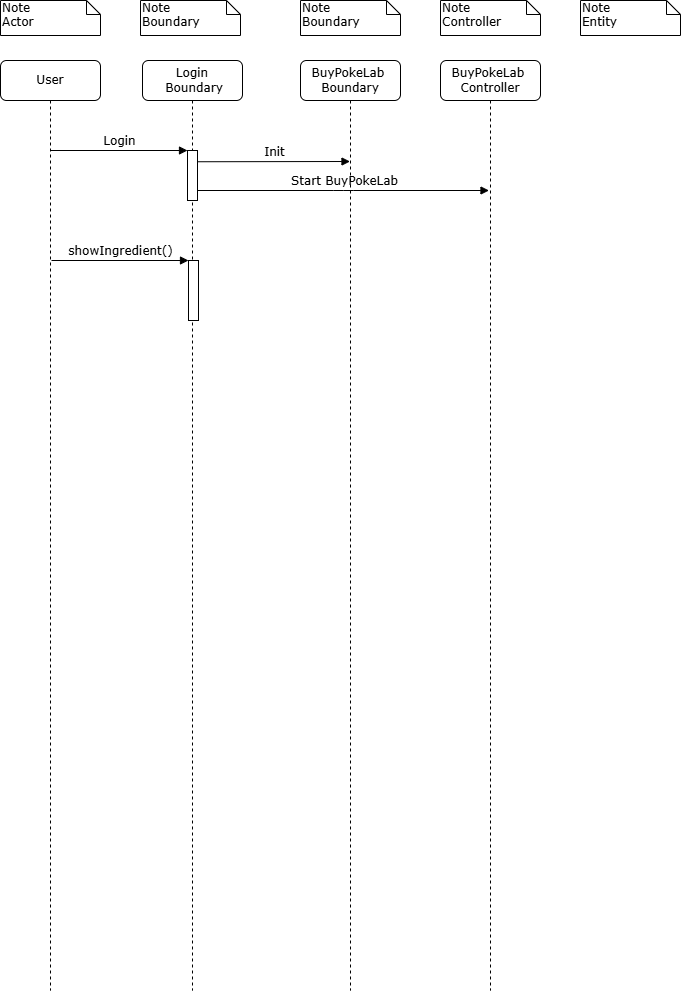
Before: diagrams/SequenceDiagram.drawio.png, a diagram exported from draw.io (matteopinfildi/YourPoke-ISPWProject). Source tidied: cells renumbered, new cells last; positions are measured from the earlier drawing's top-left corner, leaving out a move shared by most shapes.
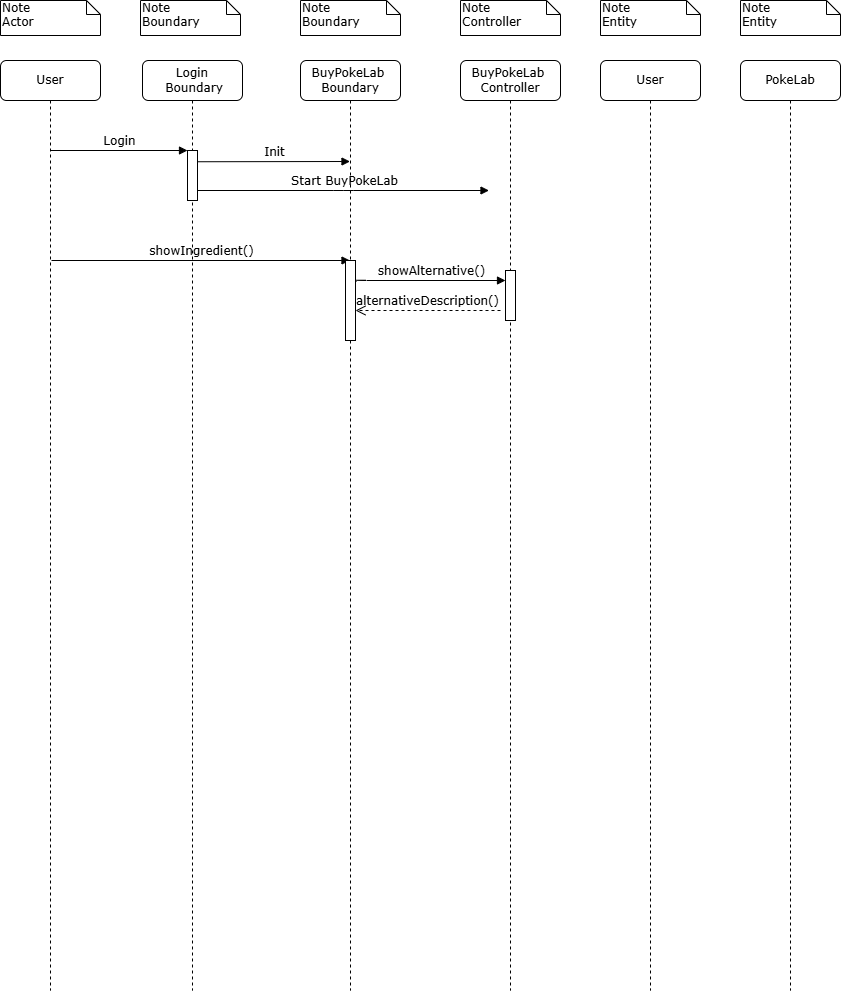
After the change.

What changed in the source:
```diff
@@ -12,18 +12,17 @@
       <mxGeometry x="300" width="100" height="35" as="geometry" />
     </mxCell>
     <mxCell id="5" value="Note&lt;div&gt;Controller&lt;/div&gt;" style="shape=note;whiteSpace=wrap;html=1;size=14;verticalAlign=top;align=left;spacingTop=-6;rounded=0;shadow=0;comic=0;labelBackgroundColor=none;strokeWidth=1;fontFamily=Verdana;fontSize=12;" parent="1" vertex="1">
-      <mxGeometry x="440" width="100" height="35" as="geometry" />
+      <mxGeometry x="460" width="100" height="35" as="geometry" />
     </mxCell>
     <mxCell id="6" value="Note&lt;div&gt;Entity&lt;/div&gt;" style="shape=note;whiteSpace=wrap;html=1;size=14;verticalAlign=top;align=left;spacingTop=-6;rounded=0;shadow=0;comic=0;labelBackgroundColor=none;strokeWidth=1;fontFamily=Verdana;fontSize=12;" parent="1" vertex="1">
-      <mxGeometry x="580" width="100" height="35" as="geometry" />
+      <mxGeometry x="600" width="100" height="35" as="geometry" />
     </mxCell>
     <mxCell id="7" value="User" style="shape=umlLifeline;perimeter=lifelinePerimeter;whiteSpace=wrap;html=1;rounded=1;shadow=0;comic=0;labelBackgroundColor=none;strokeWidth=1;fontFamily=Verdana;fontSize=12;align=center;" parent="1" vertex="1">
       <mxGeometry y="60" width="100" height="930" as="geometry" />
     </mxCell>
-    <mxCell id="8" value="showIngredient()" style="html=1;verticalAlign=bottom;endArrow=block;entryX=0;entryY=0;labelBackgroundColor=none;fontFamily=Verdana;fontSize=12;edgeStyle=elbowEdgeStyle;elbow=vertical;" parent="7" edge="1">
+    <mxCell id="8" value="showIngredient()" style="html=1;verticalAlign=bottom;endArrow=block;labelBackgroundColor=none;fontFamily=Verdana;fontSize=12;edgeStyle=elbowEdgeStyle;elbow=vertical;" parent="7" edge="1" target="13">
       <mxGeometry x="0.01" relative="1" as="geometry">
         <mxPoint x="51" y="200" as="sourcePoint" />
-        <mxPoint x="188" y="200" as="targetPoint" />
       </mxGeometry>
     </mxCell>
     <mxCell id="9" value="Login&lt;div&gt;&amp;nbsp;Boundary&lt;/div&gt;" style="shape=umlLifeline;perimeter=lifelinePerimeter;whiteSpace=wrap;html=1;rounded=1;shadow=0;comic=0;labelBackgroundColor=none;strokeWidth=1;fontFamily=Verdana;fontSize=12;align=center;" parent="1" vertex="1">
@@ -37,23 +36,53 @@
         <mxPoint x="-92" y="90" as="sourcePoint" />
       </mxGeometry>
     </mxCell>
+    <mxCell id="13" value="BuyPokeLab&amp;nbsp;&lt;div&gt;Boundary&lt;/div&gt;" style="shape=umlLifeline;perimeter=lifelinePerimeter;whiteSpace=wrap;html=1;outlineConnect=0;rounded=1;shadow=0;comic=0;labelBackgroundColor=none;strokeWidth=1;fontFamily=Verdana;fontSize=12;align=center;" parent="1" vertex="1">
+      <mxGeometry x="300" y="60" width="100" height="930" as="geometry" />
+    </mxCell>
-    <mxCell id="12" style="html=1;points=[];perimeter=orthogonalPerimeter;rounded=0;shadow=0;comic=0;labelBackgroundColor=none;strokeWidth=1;fontFamily=Verdana;fontSize=12;align=center;" parent="9" vertex="1">
-      <mxGeometry x="46" y="200" width="10" height="60" as="geometry" />
+    <mxCell id="12" style="html=1;points=[];perimeter=orthogonalPerimeter;rounded=0;shadow=0;comic=0;labelBackgroundColor=none;strokeWidth=1;fontFamily=Verdana;fontSize=12;align=center;" parent="13" vertex="1">
+      <mxGeometry x="45" y="200" width="10" height="80" as="geometry" />
     </mxCell>
-    <mxCell id="13" value="BuyPokeLab&amp;nbsp;&lt;div&gt;Boundary&lt;/div&gt;" style="shape=umlLifeline;perimeter=lifelinePerimeter;whiteSpace=wrap;html=1;outlineConnect=0;rounded=1;shadow=0;comic=0;labelBackgroundColor=none;strokeWidth=1;fontFamily=Verdana;fontSize=12;align=center;" parent="1" vertex="1">
-      <mxGeometry x="300" y="60" width="100" height="930" as="geometry" />
-    </mxCell>
+    <mxCell id="17" value="alternativeDescription()" style="html=1;verticalAlign=bottom;endArrow=open;dashed=1;endSize=8;labelBackgroundColor=none;fontFamily=Verdana;fontSize=12;edgeStyle=elbowEdgeStyle;elbow=horizontal;" parent="13" edge="1">
+      <mxGeometry relative="1" as="geometry">
+        <mxPoint x="200" y="250" as="sourcePoint" />
+        <mxPoint x="55" y="250" as="targetPoint" />
+        <Array as="points">
+          <mxPoint x="150" y="250" />
+          <mxPoint x="180" y="250" />
+        </Array>
+      </mxGeometry>
+    </mxCell>
     <mxCell id="14" value="Init" style="html=1;verticalAlign=bottom;endArrow=block;labelBackgroundColor=none;fontFamily=Verdana;fontSize=12;edgeStyle=elbowEdgeStyle;elbow=vertical;exitX=1;exitY=0.225;exitDx=0;exitDy=0;exitPerimeter=0;" parent="1" edge="1" source="10" target="13">
       <mxGeometry x="0.01" relative="1" as="geometry" />
     </mxCell>
     <mxCell id="15" value="BuyPokeLab&amp;nbsp;&lt;div&gt;Controller&lt;/div&gt;" style="shape=umlLifeline;perimeter=lifelinePerimeter;whiteSpace=wrap;html=1;rounded=1;shadow=0;comic=0;labelBackgroundColor=none;strokeWidth=1;fontFamily=Verdana;fontSize=12;align=center;" parent="1" vertex="1">
-      <mxGeometry x="440" y="60" width="100" height="930" as="geometry" />
+      <mxGeometry x="460" y="60" width="100" height="930" as="geometry" />
     </mxCell>
+    <mxCell id="18" style="html=1;perimeter=orthogonalPerimeter;rounded=0;shadow=0;comic=0;labelBackgroundColor=none;strokeWidth=1;fontFamily=Verdana;fontSize=12;align=center;" parent="15" vertex="1">
+      <mxGeometry x="45" y="210" width="10" height="50" as="geometry" />
+    </mxCell>
+    <mxCell id="19" value="showAlternative()" style="html=1;verticalAlign=bottom;endArrow=block;entryX=0;entryY=0;labelBackgroundColor=none;fontFamily=Verdana;fontSize=12;edgeStyle=elbowEdgeStyle;elbow=vertical;exitX=1.1;exitY=0.263;exitDx=0;exitDy=0;exitPerimeter=0;" parent="15" edge="1" source="12">
+      <mxGeometry x="0.01" relative="1" as="geometry">
+        <mxPoint x="45" y="220" as="targetPoint" />
+        <Array as="points">
+          <mxPoint x="-20" y="220" />
+        </Array>
+      </mxGeometry>
+    </mxCell>
     <mxCell id="16" value="Start BuyPokeLab" style="html=1;verticalAlign=bottom;endArrow=block;labelBackgroundColor=none;fontFamily=Verdana;fontSize=12;edgeStyle=elbowEdgeStyle;elbow=vertical;exitX=1;exitY=0.225;exitDx=0;exitDy=0;exitPerimeter=0;" parent="1" edge="1">
       <mxGeometry x="0.01" relative="1" as="geometry">
         <mxPoint x="197" y="190" as="sourcePoint" />
         <mxPoint x="488.5" y="190" as="targetPoint" />
       </mxGeometry>
     </mxCell>
+    <mxCell id="20" value="User" style="shape=umlLifeline;perimeter=lifelinePerimeter;whiteSpace=wrap;html=1;rounded=1;shadow=0;comic=0;labelBackgroundColor=none;strokeWidth=1;fontFamily=Verdana;fontSize=12;align=center;" parent="1" vertex="1">
+      <mxGeometry x="600" y="60" width="100" height="930" as="geometry" />
+    </mxCell>
+    <mxCell id="21" value="Note&lt;div&gt;Entity&lt;/div&gt;" style="shape=note;whiteSpace=wrap;html=1;size=14;verticalAlign=top;align=left;spacingTop=-6;rounded=0;shadow=0;comic=0;labelBackgroundColor=none;strokeWidth=1;fontFamily=Verdana;fontSize=12;" parent="1" vertex="1">
+      <mxGeometry x="740" width="100" height="35" as="geometry" />
+    </mxCell>
+    <mxCell id="22" value="PokeLab" style="shape=umlLifeline;perimeter=lifelinePerimeter;whiteSpace=wrap;html=1;rounded=1;shadow=0;comic=0;labelBackgroundColor=none;strokeWidth=1;fontFamily=Verdana;fontSize=12;align=center;" parent="1" vertex="1">
+      <mxGeometry x="740" y="60" width="100" height="930" as="geometry" />
+    </mxCell>
   </root>
 </mxGraphModel>
```
